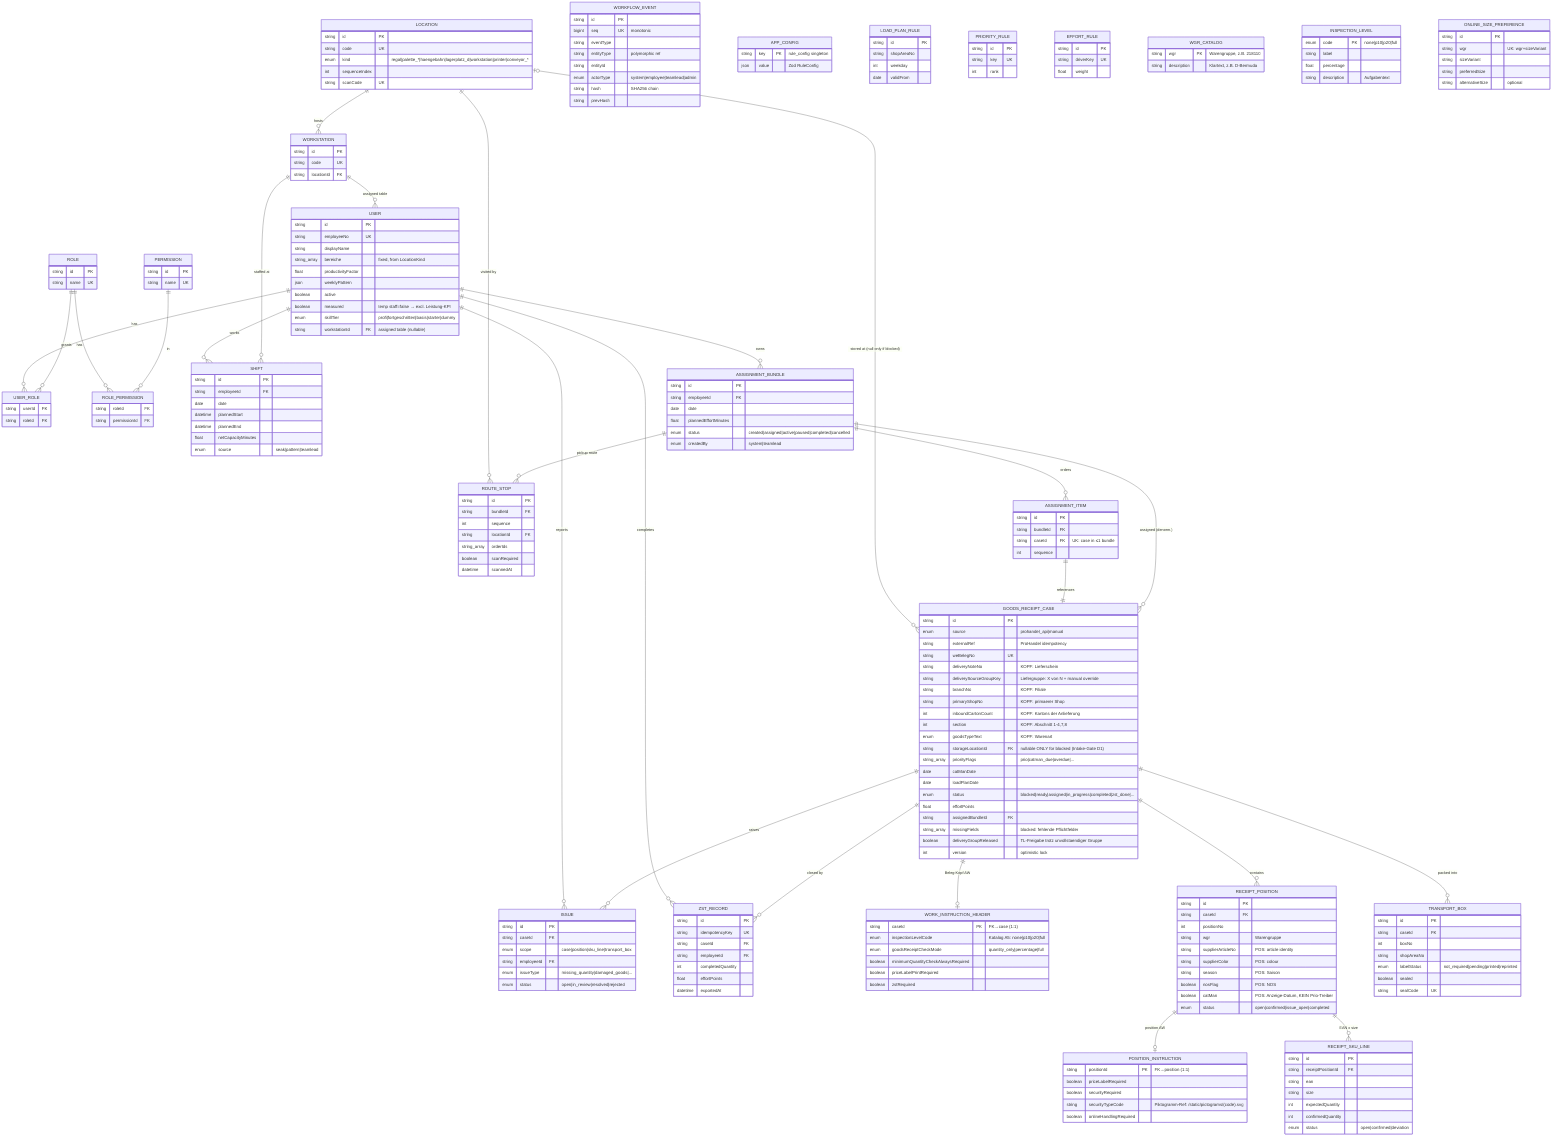
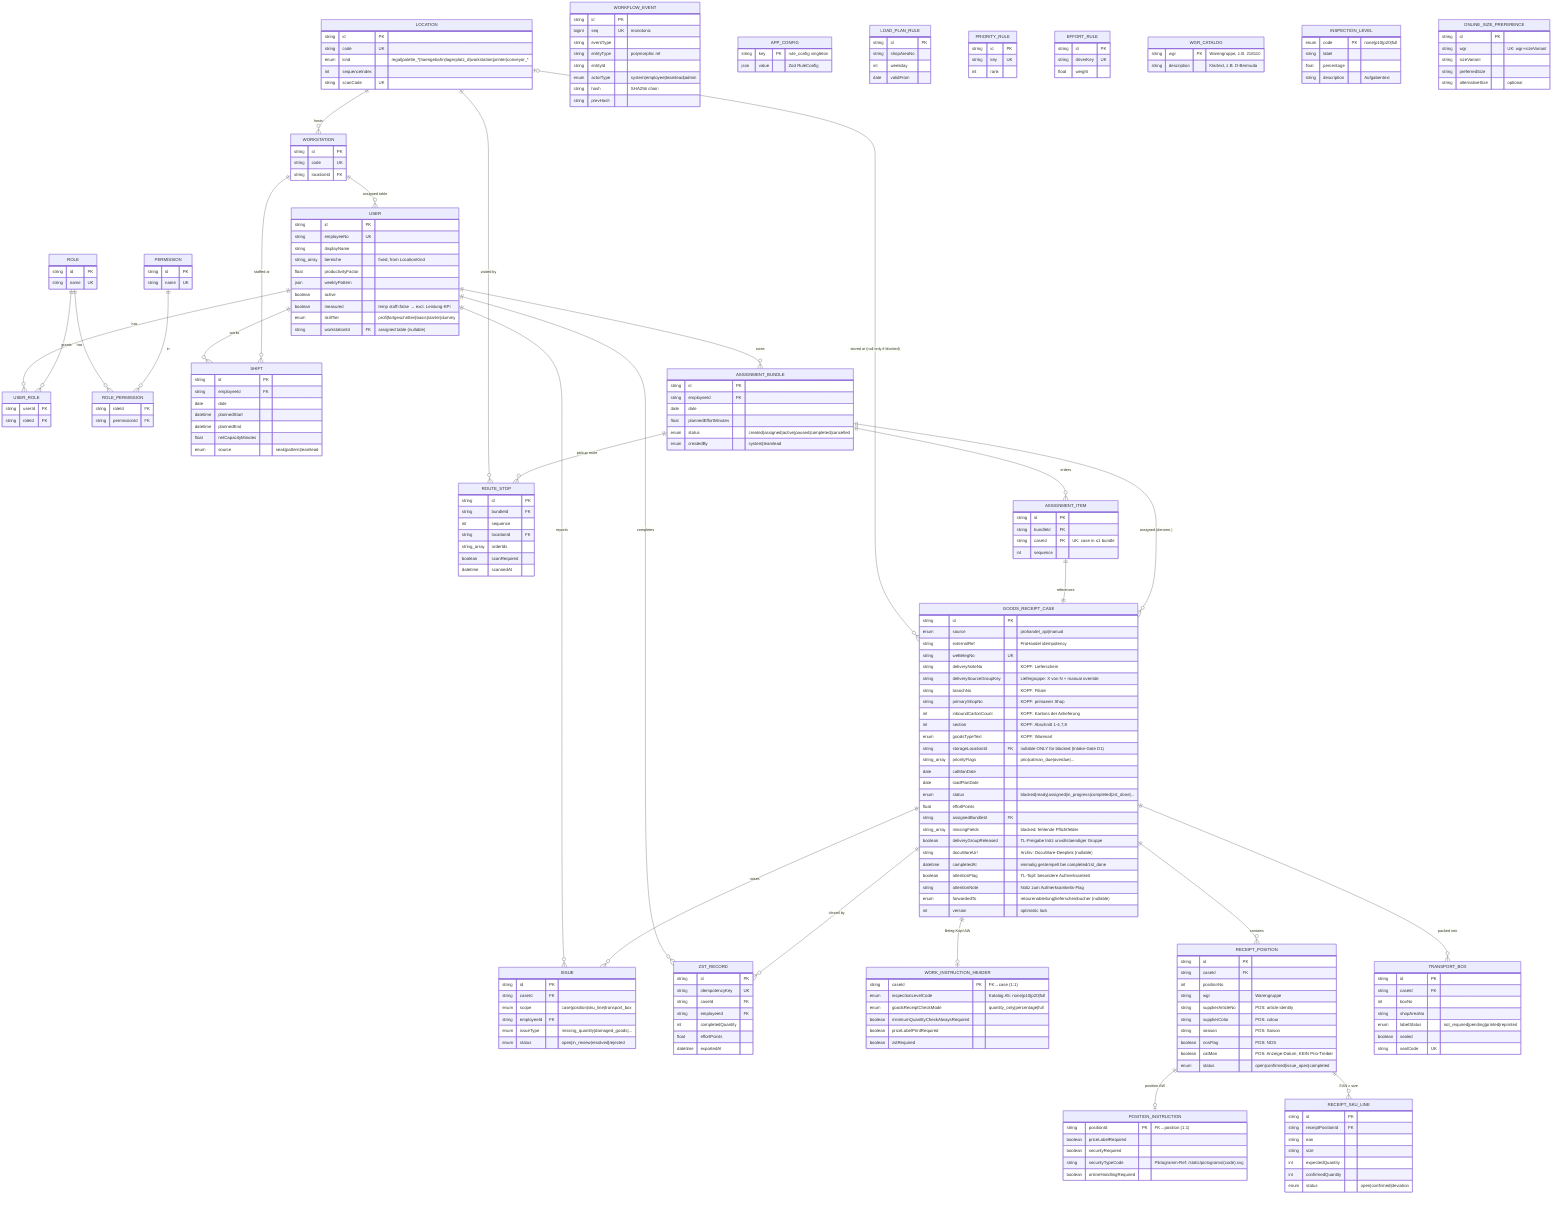
%% Domain / Entity model (ER) — verified against apps/backend-api/prisma/schema.prisma
%% Cardinality: ||--o{ = one-to-many ; ||--|| = one-to-one ; }o--o{ = many-to-many (via join).
%% Warenbezeichnung (ASN/DESADV): Beleg-Kopf fields live on GOODS_RECEIPT_CASE;
%% article identity / NOS / Saison live on RECEIPT_POSITION (see annotations).
erDiagram
    USER ||--o{ USER_ROLE : has
    ROLE ||--o{ USER_ROLE : grants
    ROLE ||--o{ ROLE_PERMISSION : has
    PERMISSION ||--o{ ROLE_PERMISSION : in
    USER ||--o{ SHIFT : works
    USER ||--o{ ASSIGNMENT_BUNDLE : owns
    USER ||--o{ ISSUE : reports
    USER ||--o{ ZST_RECORD : completes

    LOCATION ||--o{ WORKSTATION : hosts
    WORKSTATION ||--o{ SHIFT : "staffed at"
    WORKSTATION ||--o{ USER : "assigned table"
    LOCATION |o--o{ GOODS_RECEIPT_CASE : "stored at (null only if blocked)"
    LOCATION ||--o{ ROUTE_STOP : "visited by"

    GOODS_RECEIPT_CASE ||--o| WORK_INSTRUCTION_HEADER : "Beleg-Kopf AW"
    GOODS_RECEIPT_CASE ||--o{ RECEIPT_POSITION : contains
    RECEIPT_POSITION ||--o| POSITION_INSTRUCTION : "position AW"
    RECEIPT_POSITION ||--o{ RECEIPT_SKU_LINE : "EAN x size"

    GOODS_RECEIPT_CASE ||--o{ ISSUE : raises
    GOODS_RECEIPT_CASE ||--o{ TRANSPORT_BOX : "packed into"
    GOODS_RECEIPT_CASE ||--o{ ZST_RECORD : "closed by"

    ASSIGNMENT_BUNDLE ||--o{ ASSIGNMENT_ITEM : orders
    ASSIGNMENT_ITEM ||--|| GOODS_RECEIPT_CASE : references
    ASSIGNMENT_BUNDLE ||--o{ GOODS_RECEIPT_CASE : "assigned (denorm.)"
    ASSIGNMENT_BUNDLE ||--o{ ROUTE_STOP : "pickup route"

    USER {
        string id PK
        string employeeNo UK
        string displayName
        string_array bereiche "fixed, from LocationKind"
        float productivityFactor
        json weeklyPattern
        boolean active
        boolean measured "temp staff=false → excl. Leistung-KPI"
        enum skillTier "profi|fortgeschritten|basis|starter|dummy"
        string workstationId FK "assigned table (nullable)"
    }
    ROLE { string id PK
        string name UK }
    PERMISSION { string id PK
        string name UK }
    USER_ROLE { string userId FK
        string roleId FK }
    ROLE_PERMISSION { string roleId FK
        string permissionId FK }

    SHIFT {
        string id PK
        string employeeId FK
        date date
        datetime plannedStart
        datetime plannedEnd
        float netCapacityMinutes
        enum source "seak|pattern|teamlead"
    }
    WORKSTATION { string id PK
        string code UK
        string locationId FK }
    LOCATION {
        string id PK
        string code UK
        enum kind "regal|palette_*|haengebahn|lagerplatz_d|workstation|printer|conveyor_*"
        int sequenceIndex
        string scanCode UK
    }

    GOODS_RECEIPT_CASE {
        string id PK
        enum source "prohandel_api|manual"
        string externalRef "ProHandel idempotency"
        string weBelegNo UK
        string deliveryNoteNo "KOPF: Lieferschein"
        string deliverySourceGroupKey "Liefergruppe: X von N + manual override"
        string branchNo "KOPF: Filiale"
        string primaryShopNo "KOPF: primaerer Shop"
        int inboundCartonCount "KOPF: Kartons der Anlieferung"
        int section "KOPF: Abschnitt 1-4,7,8"
        enum goodsTypeText "KOPF: Warenart"
        string storageLocationId FK "nullable ONLY for blocked (Intake-Gate D1)"
        string_array priorityFlags "prio|catman_due|overdue|..."
        date catManDate
        date loadPlanDate
        enum status "blocked|ready|assigned|in_progress|completed|zst_done|..."
        float effortPoints
        string assignedBundleId FK
        string_array missingFields "blocked: fehlende Pflichtfelder"
        boolean deliveryGroupReleased "TL-Freigabe trotz unvollstaendiger Gruppe"
+         string docuWareUrl "Archiv: DocuWare-Deeplink (nullable)"
+         datetime completedAt "einmalig gestempelt bei completed/zst_done"
+         boolean attentionFlag "TL-Topf: besondere Aufmerksamkeit"
+         string attentionNote "Notiz zum Aufmerksamkeits-Flag"
+         enum forwardedTo "retourenabteilung|lieferscheinbucher (nullable)"
        int version "optimistic lock"
    }
    WORK_INSTRUCTION_HEADER {
        string caseId PK "FK→case (1:1)"
        enum inspectionLevelCode "Katalog A5: none|p10|p20|full"
        enum goodsReceiptCheckMode "quantity_only|percentage|full"
        boolean minimumQuantityCheckAlwaysRequired
        boolean priceLabelPrintRequired
        boolean zstRequired
    }
    RECEIPT_POSITION {
        string id PK
        string caseId FK
        int positionNo
        string wgr "Warengruppe"
        string supplierArticleNo "POS: article identity"
        string supplierColor "POS: colour"
        string season "POS: Saison"
        boolean nosFlag "POS: NOS"
        boolean catMan "POS: Anzeige-Datum, KEIN Prio-Treiber"
        enum status "open|confirmed|issue_open|completed"
    }
    POSITION_INSTRUCTION {
        string positionId PK "FK→position (1:1)"
        boolean priceLabelRequired
        boolean securityRequired
        string securityTypeCode "Piktogramm-Ref: /static/pictograms/(code).svg"
        boolean onlineHandlingRequired
    }
    RECEIPT_SKU_LINE {
        string id PK
        string receiptPositionId FK
        string ean
        string size
        int expectedQuantity
        int confirmedQuantity
        enum status "open|confirmed|deviation"
    }

    ASSIGNMENT_BUNDLE {
        string id PK
        string employeeId FK
        date date
        float plannedEffortMinutes
        enum status "created|assigned|active|paused|completed|cancelled"
        enum createdBy "system|teamlead"
    }
    ASSIGNMENT_ITEM {
        string id PK
        string bundleId FK
        string caseId FK "UK: case in ≤1 bundle"
        int sequence
    }
    ROUTE_STOP {
        string id PK
        string bundleId FK
        int sequence
        string locationId FK
        string_array orderIds
        boolean scanRequired
        datetime scannedAt
    }

    ISSUE {
        string id PK
        string caseId FK
        enum scope "case|position|sku_line|transport_box"
        string employeeId FK
        enum issueType "missing_quantity|damaged_goods|..."
        enum status "open|in_review|resolved|rejected"
    }
    TRANSPORT_BOX {
        string id PK
        string caseId FK
        int boxNo
        string shopAreaNo
        enum labelStatus "not_required|pending|printed|reprinted"
        boolean sealed
        string sealCode UK
    }
    ZST_RECORD {
        string id PK
        string idempotencyKey UK
        string caseId FK
        string employeeId FK
        int completedQuantity
        float effortPoints
        datetime exportedAt
    }

    WORKFLOW_EVENT {
        string id PK
        bigint seq UK "monotonic"
        string eventType
        string entityType "polymorphic ref"
        string entityId
        enum actorType "system|employee|teamlead|admin"
        string hash "SHA256 chain"
        string prevHash
    }
    APP_CONFIG {
        string key PK "rule_config singleton"
        json value "Zod RuleConfig"
    }
    LOAD_PLAN_RULE {
        string id PK
        string shopAreaNo
        int weekday
        date validFrom
    }
    PRIORITY_RULE { string id PK
        string key UK
        int rank }
    EFFORT_RULE { string id PK
        string driverKey UK
        float weight }

    %% Mock-ERP catalogs (Teamlead-Feedback 03.07.2026) — standalone lookup tables,
    %% referenced by code (wgr / inspectionLevelCode), no FK relations.
    WGR_CATALOG {
        string wgr PK "Warengruppe, z.B. 218110"
        string description "Klartext, z.B. D-Bermuda"
    }
    INSPECTION_LEVEL {
        enum code PK "none|p10|p20|full"
        string label
        float percentage
        string description "Aufgabentext"
    }
    ONLINE_SIZE_PREFERENCE {
        string id PK
        string wgr "UK: wgr+sizeVariant"
        string sizeVariant
        string preferredSize
        string alternativeSize "optional"
    }
